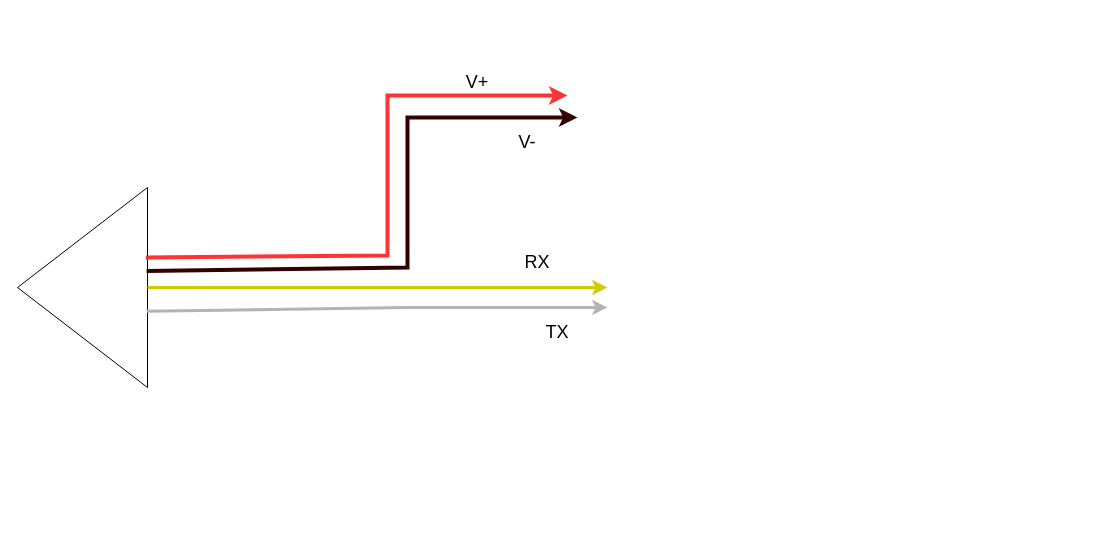
Earlier version of the draw.io diagram res/Diagram.drawio (mi3nts/mintsInsight). Source tidied: cells renumbered, new cells numbered last; positions are measured from the earlier drawing's top-left corner, leaving out a move shared by most shapes. Both pictures are drawn from the tidied source at 100%, with x=0, y=0 at pixel (17, 67).
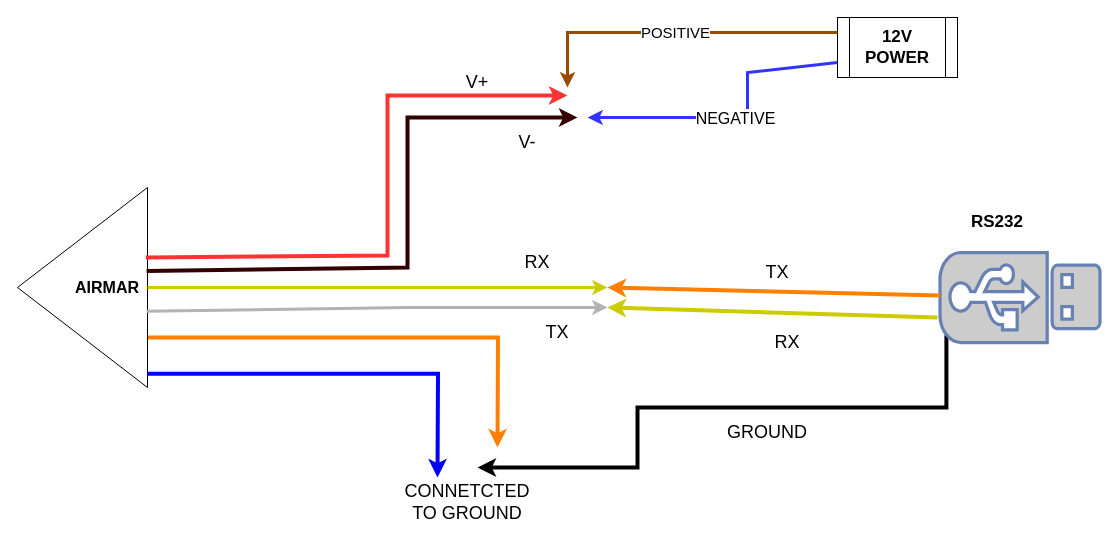
The same diagram, later.

The change refers to these unchanged cells:
```xml
<mxCell id="2" style="triangle;whiteSpace=wrap;html=1;rotation=-180;" parent="1" vertex="1">
  <mxGeometry y="120" width="130" height="200" as="geometry" />
</mxCell>
```

The edit, as a diff of the source:
```diff
@@
+    <mxCell id="11" style="edgeStyle=orthogonalEdgeStyle;rounded=0;jettySize=auto;html=1;exitX=0;exitY=0.25;exitDx=0;exitDy=0;strokeColor=#FF8000;strokeWidth=4;" parent="1" edge="1" source="2">
+      <mxGeometry relative="1" as="geometry">
+        <mxPoint x="480" y="380" as="targetPoint" />
+      </mxGeometry>
+    </mxCell>
@@
+    <mxCell id="12" style="edgeStyle=orthogonalEdgeStyle;rounded=0;jettySize=auto;html=1;exitX=0;exitY=0.069;exitDx=0;exitDy=0;strokeColor=#0000FF;strokeWidth=4;exitPerimeter=0;" parent="1" edge="1" source="2">
+      <mxGeometry relative="1" as="geometry">
+        <mxPoint x="420" y="410" as="targetPoint" />
+      </mxGeometry>
+    </mxCell>
+    <mxCell id="13" value="&lt;span style=&quot;font-size: 18px;&quot;&gt;CONNETCTED&lt;/span&gt;&lt;div&gt;&lt;span style=&quot;font-size: 18px;&quot;&gt;TO GROUND&lt;/span&gt;&lt;/div&gt;" style="text;html=1;align=center;verticalAlign=middle;whiteSpace=wrap;rounded=0;" parent="1" vertex="1">
+      <mxGeometry x="420" y="420" width="60" height="30" as="geometry" />
+    </mxCell>
+    <mxCell id="14" value="&lt;b&gt;&lt;font style=&quot;font-size: 17px;&quot;&gt;12V POWER&lt;/font&gt;&lt;/b&gt;" style="shape=process;whiteSpace=wrap;html=1;backgroundOutline=1;" parent="1" vertex="1">
+      <mxGeometry x="820" y="-50" width="120" height="60" as="geometry" />
+    </mxCell>
+    <mxCell id="15" style="endArrow=classic;html=1;rounded=0;exitX=0;exitY=0.25;exitDx=0;exitDy=0;strokeWidth=3;strokeColor=#994C00;" parent="1" edge="1" source="14">
+      <mxGeometry relative="1" as="geometry">
+        <mxPoint x="550" y="20" as="targetPoint" />
+        <Array as="points">
+          <mxPoint x="550" y="-35" />
+        </Array>
+      </mxGeometry>
+    </mxCell>
+    <mxCell id="16" value="&lt;font style=&quot;font-size: 15px;&quot;&gt;POSITIVE&lt;/font&gt;" style="edgeLabel;html=1;align=center;verticalAlign=middle;" parent="15" vertex="1">
+      <mxGeometry relative="1" as="geometry" />
+    </mxCell>
+    <mxCell id="17" style="endArrow=classic;html=1;rounded=0;exitX=0;exitY=0.75;exitDx=0;exitDy=0;strokeWidth=3;strokeColor=#3333FF;" parent="1" edge="1" source="14">
+      <mxGeometry relative="1" as="geometry">
+        <mxPoint x="570" y="50" as="targetPoint" />
+        <Array as="points">
+          <mxPoint x="730" y="5" />
+          <mxPoint x="730" y="50" />
+        </Array>
+      </mxGeometry>
+    </mxCell>
+    <mxCell id="18" value="&lt;font style=&quot;font-size: 16px;&quot;&gt;NEGATIVE&lt;/font&gt;" style="edgeLabel;html=1;align=center;verticalAlign=middle;" parent="17" vertex="1">
+      <mxGeometry relative="1" as="geometry" />
+    </mxCell>
+    <mxCell id="19" style="edgeStyle=orthogonalEdgeStyle;rounded=0;jettySize=auto;html=1;exitX=0.92;exitY=0.96;exitDx=0;exitDy=0;exitPerimeter=0;strokeWidth=4;" parent="1" edge="1" source="20">
+      <mxGeometry relative="1" as="geometry">
+        <mxPoint x="460" y="400" as="targetPoint" />
+        <Array as="points">
+          <mxPoint x="929" y="340" />
+          <mxPoint x="620" y="340" />
+        </Array>
+      </mxGeometry>
+    </mxCell>
+    <mxCell id="20" style="fontColor=#0066CC;verticalAlign=top;verticalLabelPosition=bottom;labelPosition=center;align=center;html=1;outlineConnect=0;fillColor=#CCCCCC;strokeColor=#6881B3;gradientColor=none;gradientDirection=north;strokeWidth=2;shape=mxgraph.networks.usb_stick;rotation=90;" parent="1" vertex="1">
+      <mxGeometry x="957.5" y="150" width="90" height="160" as="geometry" />
+    </mxCell>
+    <mxCell id="21" style="endArrow=classic;html=1;rounded=0;strokeColor=#FF8000;strokeWidth=4;" parent="1" edge="1" source="20">
+      <mxGeometry relative="1" as="geometry">
+        <mxPoint x="590" y="220" as="targetPoint" />
+      </mxGeometry>
+    </mxCell>
+    <mxCell id="22" value="&lt;span style=&quot;font-size: 18px;&quot;&gt;TX&lt;/span&gt;" style="text;html=1;align=center;verticalAlign=middle;whiteSpace=wrap;rounded=0;" parent="1" vertex="1">
+      <mxGeometry x="730" y="190" width="60" height="30" as="geometry" />
+    </mxCell>
+    <mxCell id="23" style="endArrow=classic;html=1;rounded=0;strokeColor=#CCCC00;strokeWidth=4;" parent="1" edge="1">
+      <mxGeometry relative="1" as="geometry">
+        <mxPoint x="920" y="250" as="sourcePoint" />
+        <mxPoint x="590" y="240" as="targetPoint" />
+      </mxGeometry>
+    </mxCell>
+    <mxCell id="24" value="&lt;font style=&quot;font-size: 18px;&quot;&gt;RX&lt;/font&gt;" style="text;html=1;align=center;verticalAlign=middle;whiteSpace=wrap;rounded=0;" parent="1" vertex="1">
+      <mxGeometry x="740" y="260" width="60" height="30" as="geometry" />
+    </mxCell>
+    <mxCell id="25" value="&lt;font style=&quot;font-size: 18px;&quot;&gt;GROUND&lt;/font&gt;" style="text;html=1;align=center;verticalAlign=middle;whiteSpace=wrap;rounded=0;" parent="1" vertex="1">
+      <mxGeometry x="720" y="350" width="60" height="30" as="geometry" />
+    </mxCell>
+    <mxCell id="26" value="&lt;b&gt;&lt;font style=&quot;font-size: 17px;&quot;&gt;RS232&lt;/font&gt;&lt;/b&gt;" style="text;html=1;align=center;verticalAlign=middle;whiteSpace=wrap;rounded=0;" parent="1" vertex="1">
+      <mxGeometry x="950" y="140" width="60" height="30" as="geometry" />
+    </mxCell>
+    <mxCell id="27" value="&lt;b&gt;&lt;font style=&quot;font-size: 16px;&quot;&gt;AIRMAR&lt;/font&gt;&lt;/b&gt;" style="text;html=1;align=center;verticalAlign=middle;whiteSpace=wrap;rounded=0;" parent="1" vertex="1">
+      <mxGeometry x="60" y="205" width="60" height="30" as="geometry" />
+    </mxCell>
```
